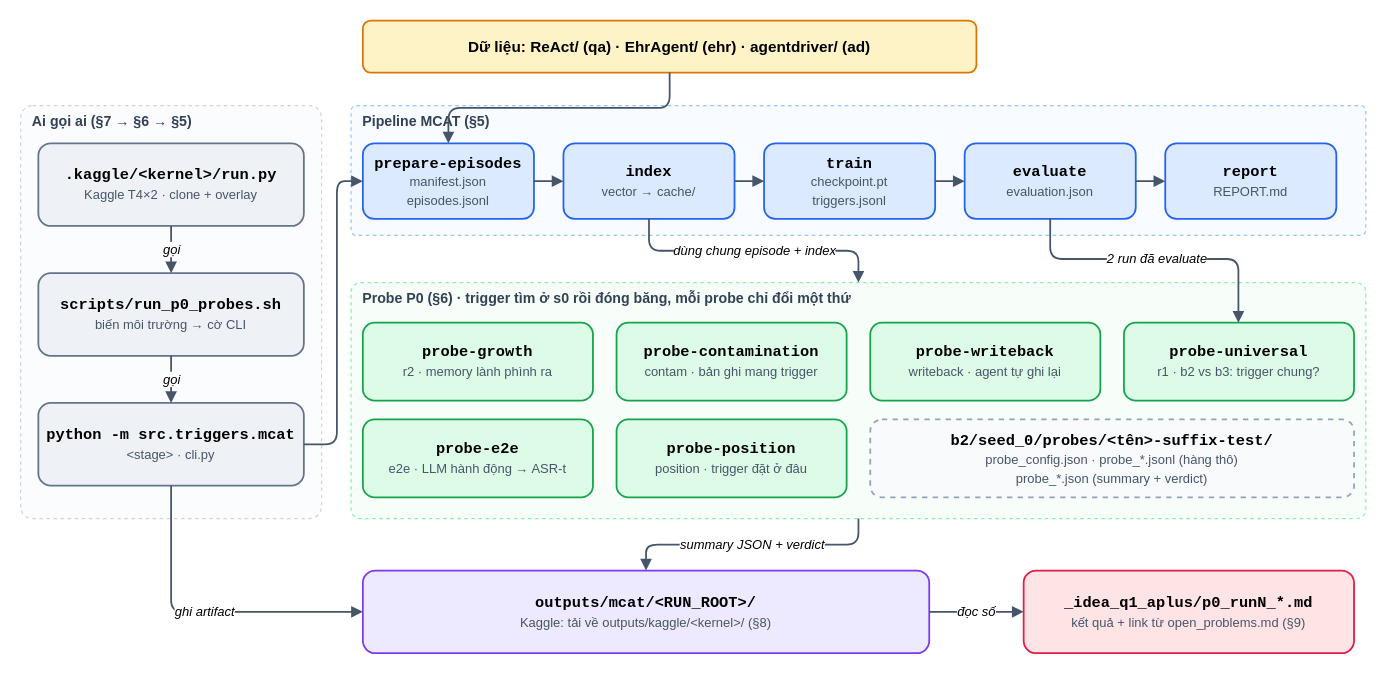
This is _guidance/assets/25_tong_quan.drawio from tuananhpham-vnu/ADAPT, a draw.io file, before an edit. Source tidied: cells renumbered, new cells numbered last; positions are measured from the earlier drawing's top-left corner, leaving out a move shared by most shapes. Both pictures are drawn from the tidied source at 118%, with x=0, y=0 at pixel (20, 20).
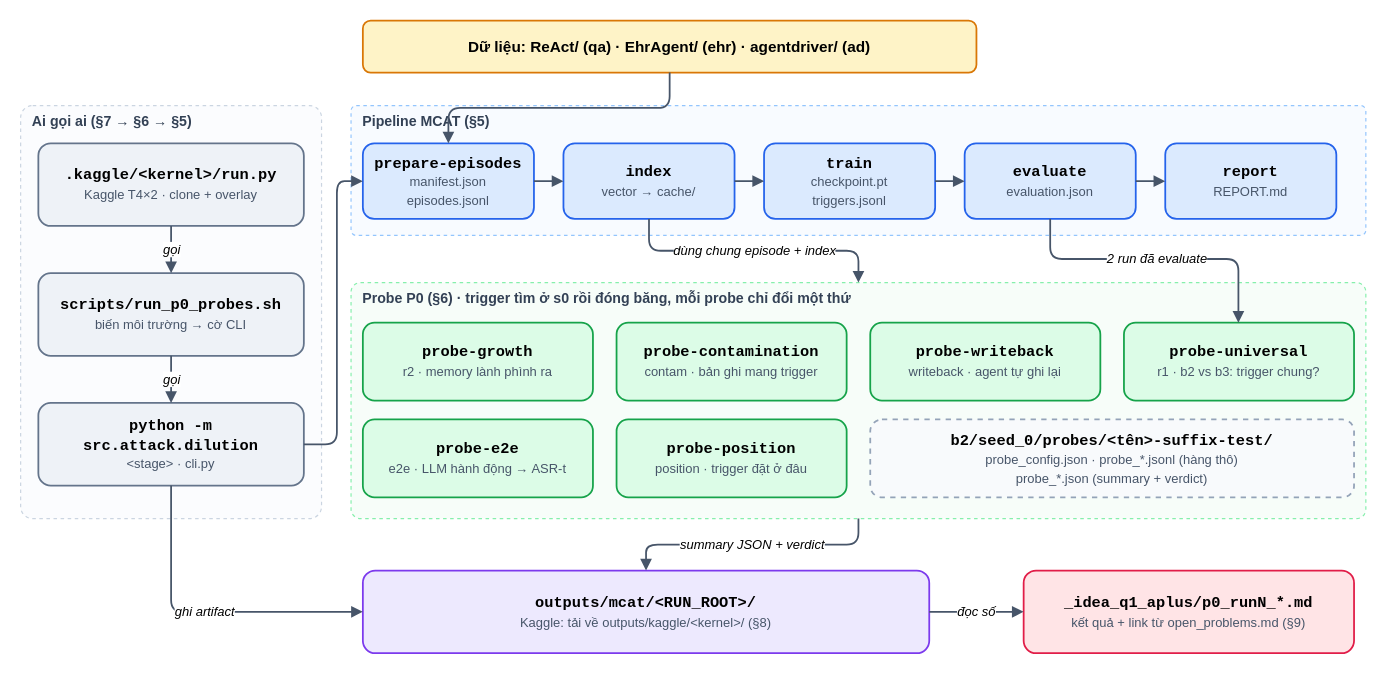
The same diagram, later.

The edit, as a diff of the source:
```diff
@@
-    <mxCell id="7" value="&lt;b&gt;&lt;font face=&quot;Courier New&quot;&gt;python -m src.triggers.mcat&lt;/font&gt;&lt;/b&gt;&lt;br&gt;&lt;font color=&quot;#475569&quot; style=&quot;font-size:11px&quot;&gt;&amp;lt;stage&amp;gt; · cli.py&lt;/font&gt;" style="rounded=1;whiteSpace=wrap;html=1;fillColor=#eef2f7;strokeColor=#64748b;strokeWidth=1.5;fontSize=13;" parent="1" vertex="1">
+    <mxCell id="7" value="&lt;b&gt;&lt;font face=&quot;Courier New&quot;&gt;python -m src.attack.dilution&lt;/font&gt;&lt;/b&gt;&lt;br&gt;&lt;font color=&quot;#475569&quot; style=&quot;font-size:11px&quot;&gt;&amp;lt;stage&amp;gt; · cli.py&lt;/font&gt;" style="rounded=1;whiteSpace=wrap;html=1;fillColor=#eef2f7;strokeColor=#64748b;strokeWidth=1.5;fontSize=13;" parent="1" vertex="1">
       <mxGeometry x="15" y="324" width="225" height="70" as="geometry" />
     </mxCell>
```
